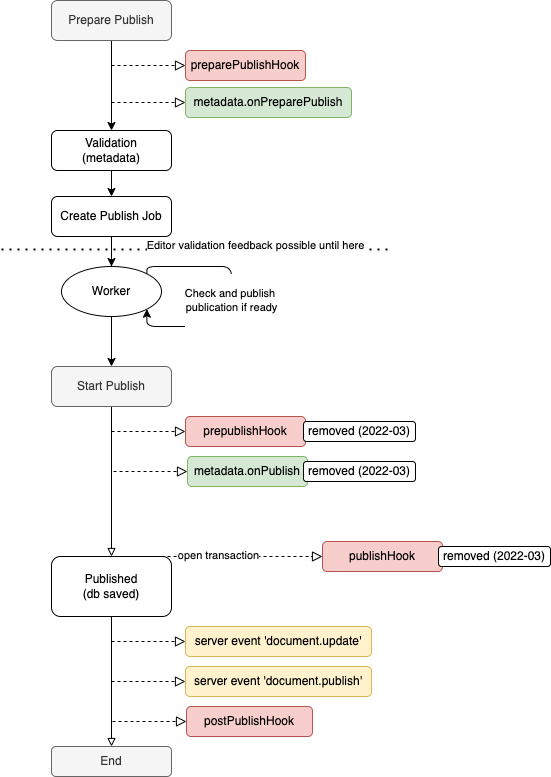
The draw.io diagram content/learn/document-lifecycle/assets/document-publication-lifecycle.png in livingdocsIO/documentation, before a commit. Source tidied: cells renumbered, new cells last; positions are measured from the earlier drawing's top-left corner, leaving out a move shared by most shapes.
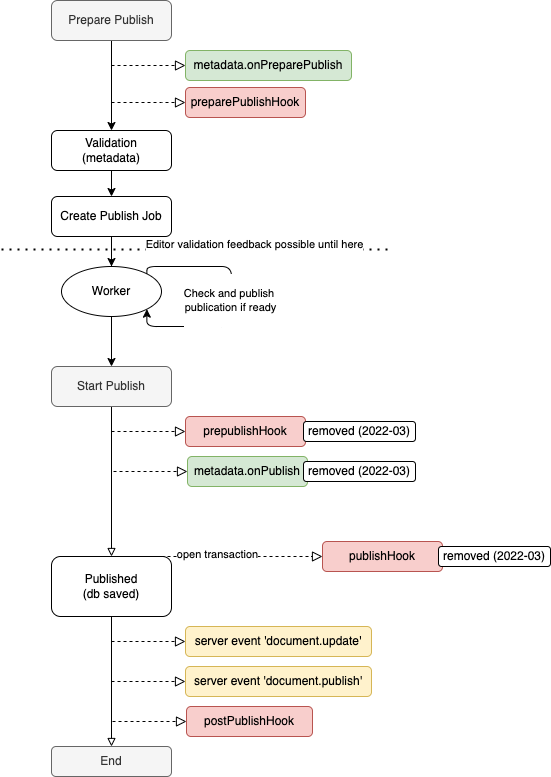
After the commit.

Commit message:
fix(preparePublishHook): Swap `preparePublishHook` and `metadata.onPreparePublish` in document-publication. Order on hook trigger has been modify to better suit customer demands

What changed in the source:
```diff
@@ -2,6 +2,9 @@
   <root>
     <mxCell id="0" />
     <mxCell id="1" parent="0" />
+    <mxCell id="7" value="metadata.onPreparePublish" style="rounded=1;whiteSpace=wrap;html=1;fontSize=12;glass=0;strokeWidth=1;shadow=0;fillColor=#d5e8d4;strokeColor=#82b366;" parent="1" vertex="1">
+      <mxGeometry x="184" y="50" width="166" height="30" as="geometry" />
+    </mxCell>
     <mxCell id="2" style="edgeStyle=orthogonalEdgeStyle;rounded=0;jettySize=auto;html=1;" parent="1" edge="1" source="3" target="39">
       <mxGeometry relative="1" as="geometry" />
     </mxCell>
@@ -15,16 +18,17 @@
       </mxGeometry>
     </mxCell>
     <mxCell id="5" value="preparePublishHook" style="rounded=1;whiteSpace=wrap;html=1;fontSize=12;glass=0;strokeWidth=1;shadow=0;fillColor=#f8cecc;strokeColor=#b85450;" parent="1" vertex="1">
-      <mxGeometry x="184" y="50" width="120" height="30" as="geometry" />
+      <mxGeometry x="184" y="87" width="120" height="30" as="geometry" />
     </mxCell>
-    <mxCell id="6" style="edgeStyle=orthogonalEdgeStyle;rounded=0;html=1;jettySize=auto;fontSize=11;endArrow=block;endFill=0;endSize=8;strokeWidth=1;shadow=0;labelBackgroundColor=none;dashed=1;" parent="1" edge="1" target="7">
+    <mxCell id="6" style="edgeStyle=orthogonalEdgeStyle;rounded=0;html=1;jettySize=auto;fontSize=11;endArrow=block;endFill=0;endSize=8;strokeWidth=1;shadow=0;labelBackgroundColor=none;dashed=1;entryX=0;entryY=0.5;entryDx=0;entryDy=0;" parent="1" edge="1" target="5">
       <mxGeometry y="10" relative="1" as="geometry">
         <mxPoint x="110" y="102" as="sourcePoint" />
+        <Array as="points">
+          <mxPoint x="160" y="102" />
+          <mxPoint x="160" y="102" />
+        </Array>
       </mxGeometry>
     </mxCell>
-    <mxCell id="7" value="metadata.onPreparePublish" style="rounded=1;whiteSpace=wrap;html=1;fontSize=12;glass=0;strokeWidth=1;shadow=0;fillColor=#d5e8d4;strokeColor=#82b366;" parent="1" vertex="1">
-      <mxGeometry x="184" y="87" width="166" height="30" as="geometry" />
-    </mxCell>
     <mxCell id="8" style="edgeStyle=orthogonalEdgeStyle;rounded=0;jettySize=auto;html=1;" parent="1" edge="1" source="10">
       <mxGeometry relative="1" as="geometry">
         <mxPoint x="110" y="276" as="targetPoint" />
```
